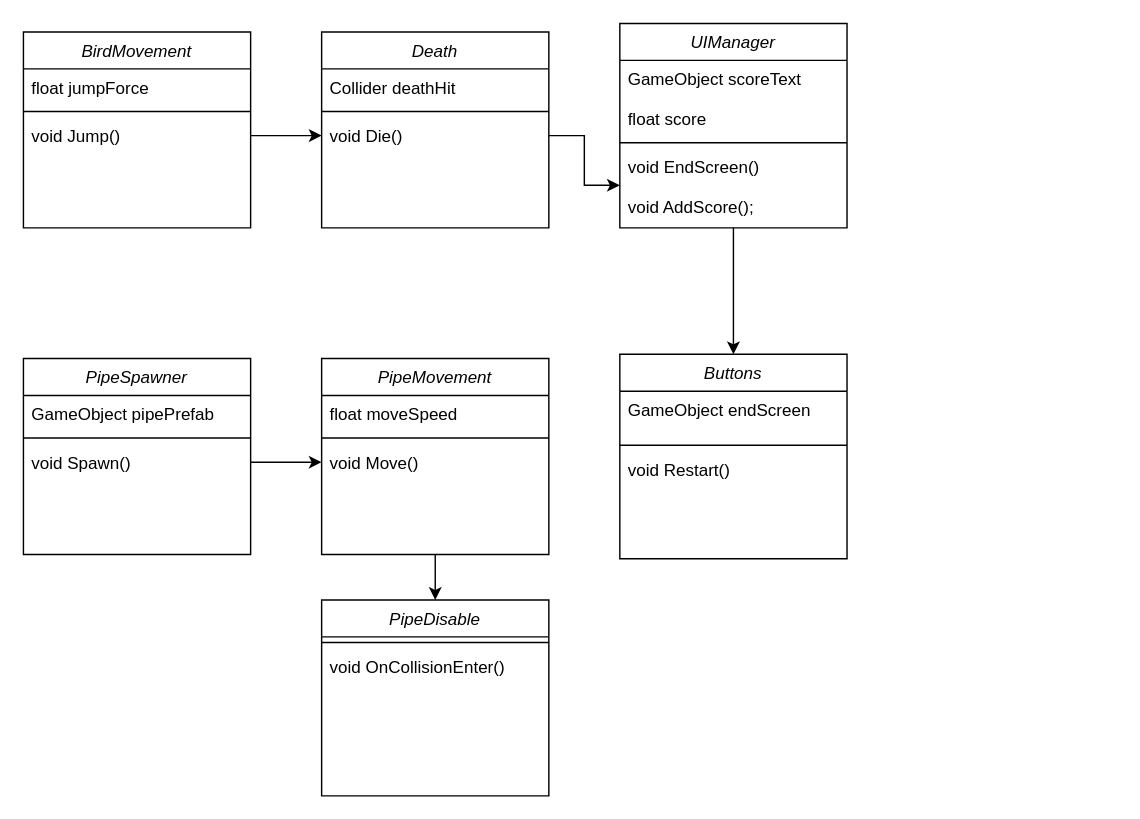
SkullViper7/FloppyBird keeps this draw.io diagram as Assets/FloppyBird.drawio. Above is the earlier version. Source tidied: cells renumbered, new cells numbered last; positions are measured from the earlier drawing's top-left corner, leaving out a move shared by most shapes. Both pictures are drawn from the tidied source at 142%, with x=0, y=0 at pixel (23, 23).
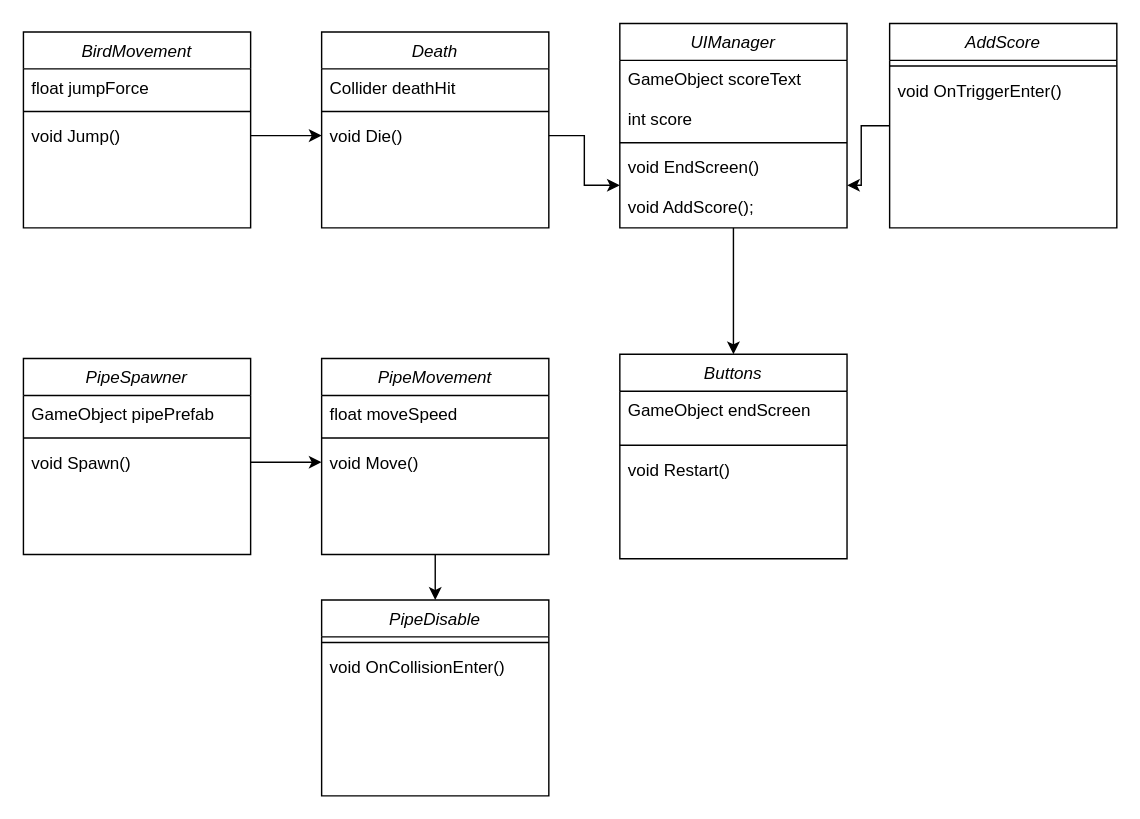
Above is the later version.

The change refers to these unchanged cells:
```xml
<mxCell id="16" value="UIManager" style="swimlane;fontStyle=2;align=center;verticalAlign=top;horizontal=1;startSize=26;rounded=0;shadow=0;strokeWidth=1;" parent="1" vertex="1">
  <mxGeometry x="420" width="160" height="144" as="geometry" />
</mxCell>
<mxCell id="19" value="void EndScreen()&#10;&#10;void AddScore();" style="text;align=left;verticalAlign=top;spacingLeft=4;spacingRight=4;overflow=hidden;points=[[0,0.5],[1,0.5]];portConstraint=eastwest;" parent="16" vertex="1">
  <mxGeometry y="88" width="160" height="52" as="geometry" />
</mxCell>
```

What changed in the source:
```diff
@@
-    <mxCell id="17" value="GameObject scoreText&#10;&#10;float score" style="text;align=left;verticalAlign=top;spacingLeft=4;spacingRight=4;overflow=hidden;" parent="16" vertex="1">
+    <mxCell id="17" value="GameObject scoreText&#10;&#10;int score" style="text;align=left;verticalAlign=top;spacingLeft=4;spacingRight=4;overflow=hidden;" parent="16" vertex="1">
       <mxGeometry y="26" width="160" height="54" as="geometry" />
     </mxCell>
@@
+    <mxCell id="34" style="edgeStyle=orthogonalEdgeStyle;rounded=0;jettySize=auto;html=1;entryX=1;entryY=0.5;entryDx=0;entryDy=0;" parent="1" edge="1" source="35" target="19">
+      <mxGeometry relative="1" as="geometry" />
+    </mxCell>
+    <mxCell id="35" value="AddScore" style="swimlane;fontStyle=2;align=center;verticalAlign=top;horizontal=1;startSize=26;rounded=0;shadow=0;strokeWidth=1;" parent="1" vertex="1">
+      <mxGeometry x="610" width="160" height="144" as="geometry" />
+    </mxCell>
+    <mxCell id="36" style="line;html=1;strokeWidth=1;align=left;verticalAlign=middle;spacingTop=-1;spacingLeft=3;spacingRight=3;labelPosition=right;" parent="35" vertex="1">
+      <mxGeometry y="26" width="160" height="8" as="geometry" />
+    </mxCell>
+    <mxCell id="37" value="void OnTriggerEnter()" style="text;align=left;verticalAlign=top;spacingLeft=4;spacingRight=4;overflow=hidden;" parent="35" vertex="1">
+      <mxGeometry y="34" width="160" height="52" as="geometry" />
+    </mxCell>
```
